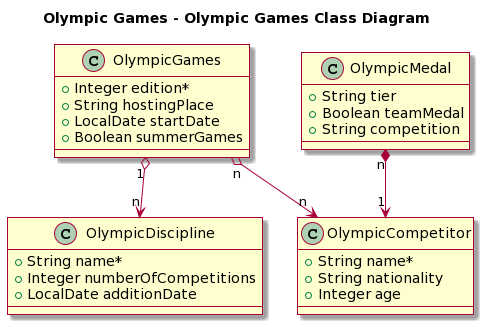
The PlantUML diagram docs/olympic_games.models.png in wzzzzwwzw/apaw-practice, before a commit.
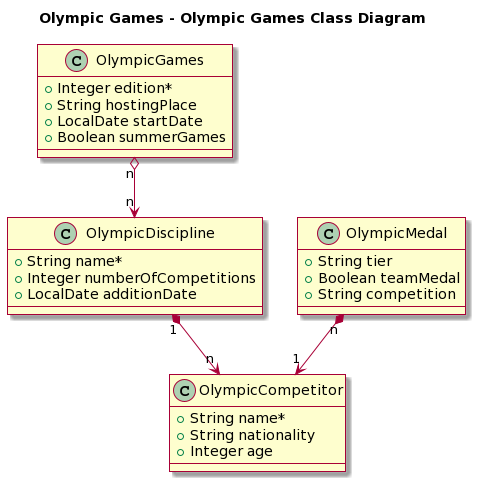
After the commit.

Diff of the diagram source:
```diff
@@ -2,6 +2,7 @@
 skin rose
 
 title Olympic Games - Olympic Games Class Diagram
+
 
 class OlympicGames {
 +Integer edition*
@@ -28,7 +29,7 @@
 +String competition
 }
 
-OlympicGames "1" o-down-> "n" OlympicDiscipline
-OlympicGames "n" o-down-> "n" OlympicCompetitor
 OlympicMedal "n" *-down-> "1" OlympicCompetitor
+OlympicGames "n" o-down-> "n" OlympicDiscipline
+OlympicDiscipline "1" *-down-> "n" OlympicCompetitor
 @enduml
```
